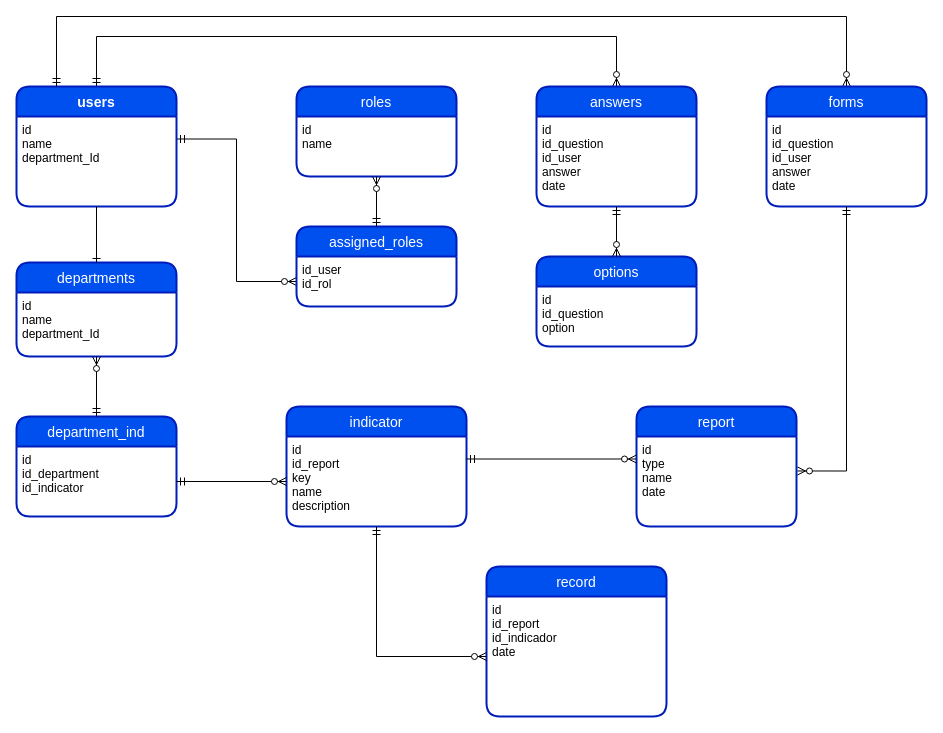
cristinacrs/diagrams keeps this draw.io diagram as Indicators.drawio. Above is the earlier version. Source tidied: cells renumbered, new cells numbered last; positions are measured from the earlier drawing's top-left corner, leaving out a move shared by most shapes. Both pictures are drawn from the tidied source at 100%, with x=0, y=0 at pixel (16, 16).
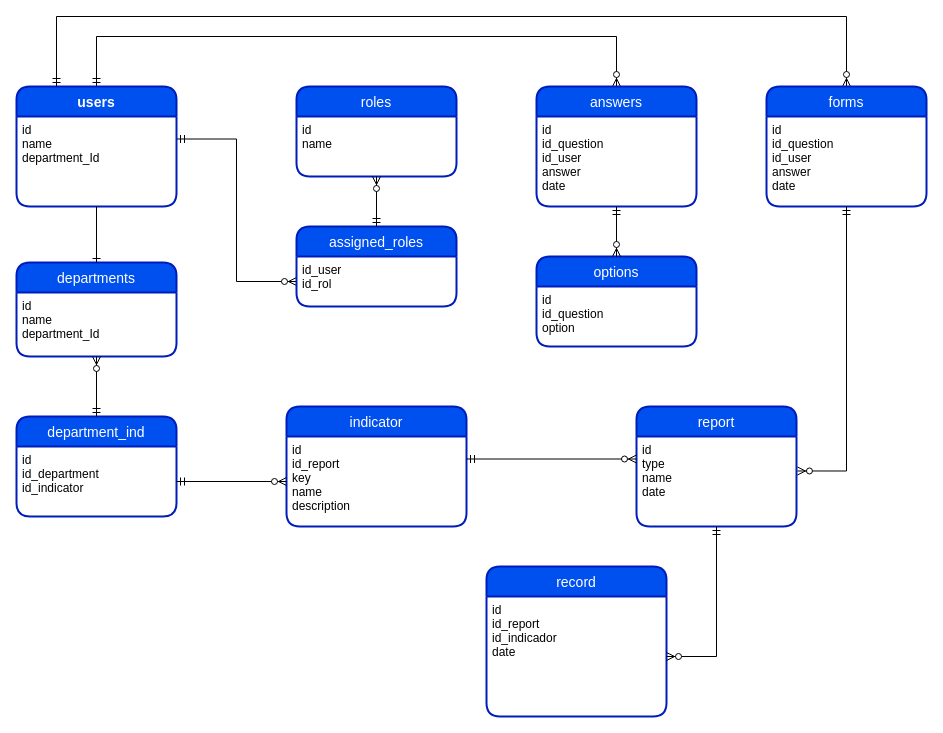
After the change.

The change refers to these unchanged cells:
```xml
<mxCell id="23" value="id&#10;type&#10;name&#10;date" style="align=left;strokeColor=none;fillColor=none;spacingLeft=4;fontSize=12;verticalAlign=top;" parent="22" vertex="1">
  <mxGeometry y="30" width="160" height="90" as="geometry" />
</mxCell>
<mxCell id="30" value="id&#10;id_report&#10;key&#10;name&#10;description" style="align=left;strokeColor=none;fillColor=none;spacingLeft=4;fontSize=12;verticalAlign=top;" parent="29" vertex="1">
  <mxGeometry y="30" width="180" height="90" as="geometry" />
</mxCell>
<mxCell id="33" value="id&#10;id_report&#10;id_indicador&#10;date" style="align=left;strokeColor=none;fillColor=none;spacingLeft=4;fontSize=12;verticalAlign=top;" parent="32" vertex="1">
  <mxGeometry y="30" width="180" height="120" as="geometry" />
</mxCell>
```

The edit, as a diff of the source:
```diff
@@
-    <mxCell id="34" style="fontSize=12;html=1;endArrow=ERzeroToMany;startArrow=ERmandOne;rounded=0;verticalAlign=bottom;labelPosition=center;verticalLabelPosition=top;align=center;exitX=0.5;exitY=1;exitDx=0;exitDy=0;edgeStyle=orthogonalEdgeStyle;entryX=0;entryY=0.5;entryDx=0;entryDy=0;" parent="1" edge="1" source="30" target="33">
+    <mxCell id="34" style="fontSize=12;html=1;endArrow=ERzeroToMany;startArrow=ERmandOne;rounded=0;verticalAlign=bottom;labelPosition=center;verticalLabelPosition=top;align=center;exitX=0.5;exitY=1;exitDx=0;exitDy=0;edgeStyle=orthogonalEdgeStyle;entryX=1;entryY=0.5;entryDx=0;entryDy=0;" parent="1" edge="1" source="23" target="33">
       <mxGeometry relative="1" as="geometry" />
     </mxCell>
```
